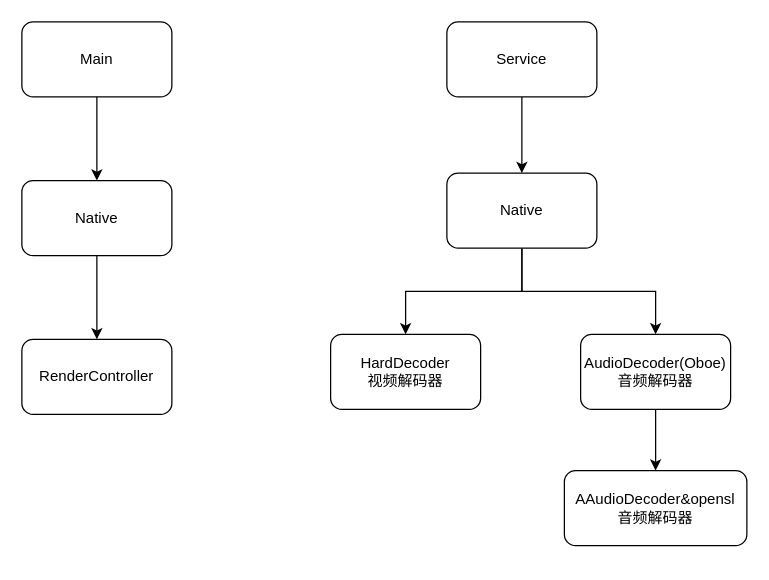
cangwang/news keeps this draw.io diagram as yyeva.drawio. Above is the earlier version. Source tidied: cells renumbered, new cells numbered last; positions are measured from the earlier drawing's top-left corner, leaving out a move shared by most shapes. Both pictures are drawn from the tidied source at 125%, with x=0, y=0 at pixel (21, 21).
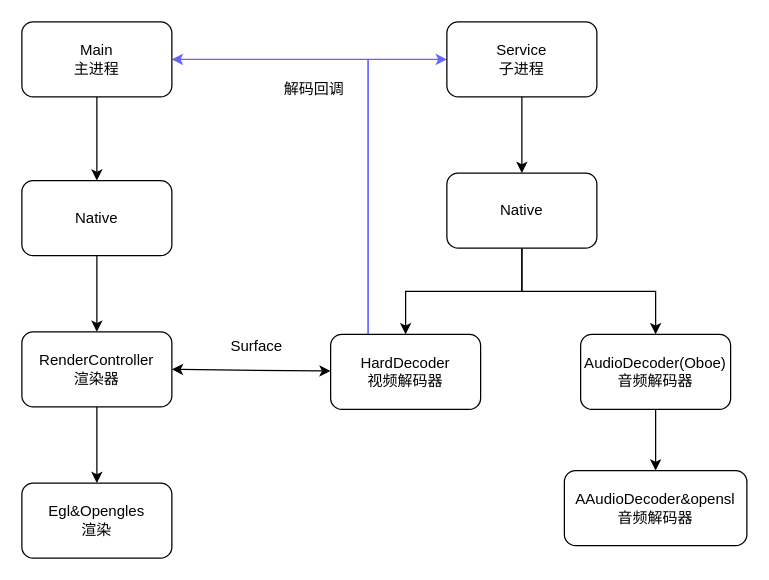
After the change.

Unchanged cells that the change refers to:
```xml
<mxCell id="2" value="HardDecoder&lt;br&gt;视频解码器" style="rounded=1;whiteSpace=wrap;html=1;" parent="1" vertex="1">
  <mxGeometry x="247" y="250" width="120" height="60" as="geometry" />
</mxCell>
```

Diff of the diagram source:
```diff
@@
+    <mxCell id="16" style="edgeStyle=orthogonalEdgeStyle;rounded=0;jettySize=auto;html=1;exitX=0.25;exitY=0;exitDx=0;exitDy=0;entryX=1;entryY=0.5;entryDx=0;entryDy=0;strokeColor=#6666FF;" parent="1" edge="1" source="2" target="9">
+      <mxGeometry relative="1" as="geometry" />
+    </mxCell>
+    <mxCell id="17" style="edgeStyle=orthogonalEdgeStyle;rounded=0;jettySize=auto;html=1;exitX=0.25;exitY=0;exitDx=0;exitDy=0;entryX=0;entryY=0.5;entryDx=0;entryDy=0;strokeColor=#6666FF;" parent="1" edge="1" source="2" target="4">
+      <mxGeometry relative="1" as="geometry" />
+    </mxCell>
@@
-    <mxCell id="4" value="Service" style="rounded=1;whiteSpace=wrap;html=1;" parent="1" vertex="1">
+    <mxCell id="4" value="Service&lt;br&gt;子进程" style="rounded=1;whiteSpace=wrap;html=1;" parent="1" vertex="1">
       <mxGeometry x="340" width="120" height="60" as="geometry" />
     </mxCell>
@@
-    <mxCell id="9" value="Main" style="rounded=1;whiteSpace=wrap;html=1;" parent="1" vertex="1">
+    <mxCell id="9" value="Main&lt;br&gt;主进程" style="rounded=1;whiteSpace=wrap;html=1;" parent="1" vertex="1">
       <mxGeometry width="120" height="60" as="geometry" />
     </mxCell>
@@
+    <mxCell id="18" style="edgeStyle=orthogonalEdgeStyle;rounded=0;jettySize=auto;html=1;exitX=0.5;exitY=1;exitDx=0;exitDy=0;" parent="1" edge="1" source="15" target="21">
+      <mxGeometry relative="1" as="geometry" />
+    </mxCell>
-    <mxCell id="15" value="RenderController" style="rounded=1;whiteSpace=wrap;html=1;" parent="1" vertex="1">
-      <mxGeometry y="254" width="120" height="60" as="geometry" />
+    <mxCell id="15" value="RenderController&lt;br&gt;渲染器" style="rounded=1;whiteSpace=wrap;html=1;" parent="1" vertex="1">
+      <mxGeometry y="248" width="120" height="60" as="geometry" />
     </mxCell>
+    <mxCell id="19" style="endArrow=classic;startArrow=classic;html=1;rounded=0;exitX=1;exitY=0.5;exitDx=0;exitDy=0;" parent="1" edge="1" source="15" target="2">
+      <mxGeometry relative="1" as="geometry" />
+    </mxCell>
+    <mxCell id="20" value="Surface" style="text;html=1;strokeColor=none;fillColor=none;align=center;verticalAlign=middle;whiteSpace=wrap;rounded=0;" parent="1" vertex="1">
+      <mxGeometry x="158" y="245" width="60" height="30" as="geometry" />
+    </mxCell>
+    <mxCell id="21" value="Egl&amp;amp;Opengles&lt;br&gt;渲染" style="rounded=1;whiteSpace=wrap;html=1;" parent="1" vertex="1">
+      <mxGeometry y="369" width="120" height="60" as="geometry" />
+    </mxCell>
+    <mxCell id="22" value="解码回调" style="text;html=1;strokeColor=none;fillColor=none;align=center;verticalAlign=middle;whiteSpace=wrap;rounded=0;" parent="1" vertex="1">
+      <mxGeometry x="204" y="39" width="60" height="30" as="geometry" />
+    </mxCell>
```
